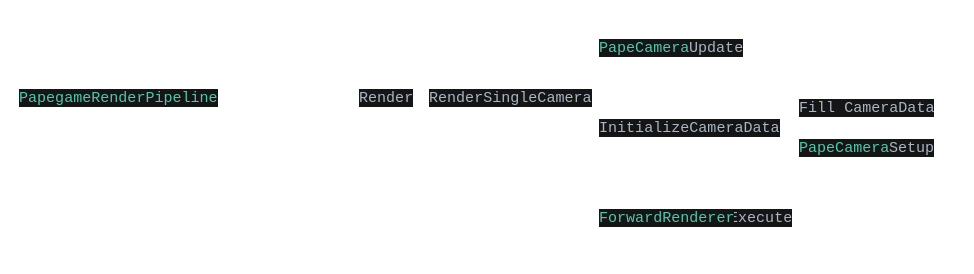
Before: page "PRP" (2 of 3) of Unity.drawio in stellarnull/drawio, a draw.io diagram. Source tidied: cells renumbered, new cells numbered last; positions are measured from the earlier drawing's top-left corner, leaving out a move shared by most shapes. Both pictures are drawn from the tidied source at 100%, with x=0, y=0 at pixel (17, 17).
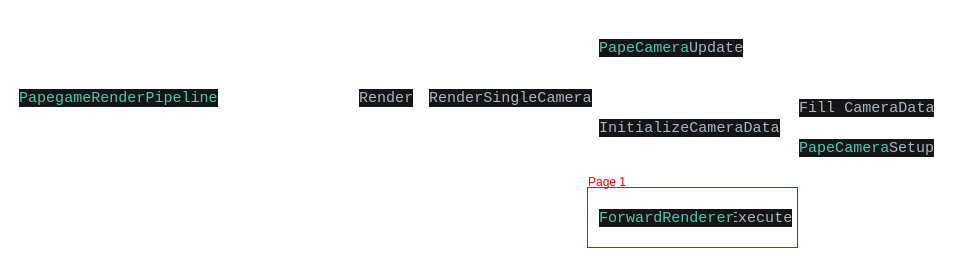
Above is the later version.

Diff of the diagram source:
```diff
@@
 <mxGraphModel>
   <root>
     <mxCell id="0" />
     <mxCell id="1" parent="0" />
     <mxCell id="2" value="&lt;div style=&quot;background-color:#151515;color:#a9b7c6&quot;&gt;&lt;pre style=&quot;font-family:'Consolas',monospace;font-size:11.3pt;&quot;&gt;InitializeCameraData&lt;/pre&gt;&lt;/div&gt;" style="text;whiteSpace=wrap;html=1;" parent="1" vertex="1">
       <mxGeometry x="580" y="80" width="200" height="70" as="geometry" />
     </mxCell>
     <mxCell id="3" value="&lt;div style=&quot;background-color:#151515;color:#a9b7c6&quot;&gt;&lt;pre style=&quot;font-family:'Consolas',monospace;font-size:11.3pt;&quot;&gt;&lt;span style=&quot;color:#4ec9b0;&quot;&gt;PapegameRenderPipeline&lt;/span&gt;&lt;/pre&gt;&lt;/div&gt;" style="text;whiteSpace=wrap;html=1;" parent="1" vertex="1">
       <mxGeometry y="50" width="220" height="70" as="geometry" />
     </mxCell>
     <mxCell id="4" value="&lt;div style=&quot;background-color:#151515;color:#a9b7c6&quot;&gt;&lt;pre style=&quot;font-family:'Consolas',monospace;font-size:11.3pt;&quot;&gt;RenderSingleCamera&lt;/pre&gt;&lt;/div&gt;" style="text;whiteSpace=wrap;html=1;" parent="1" vertex="1">
       <mxGeometry x="410" y="50" width="180" height="70" as="geometry" />
     </mxCell>
     <mxCell id="5" value="&lt;div style=&quot;background-color:#151515;color:#a9b7c6&quot;&gt;&lt;pre style=&quot;font-family:'Consolas',monospace;font-size:11.3pt;&quot;&gt;Render&lt;/pre&gt;&lt;/div&gt;" style="text;whiteSpace=wrap;html=1;" parent="1" vertex="1">
       <mxGeometry x="340" y="50" width="80" height="70" as="geometry" />
     </mxCell>
     <mxCell id="6" value="&lt;div style=&quot;background-color:#151515;color:#a9b7c6&quot;&gt;&lt;pre style=&quot;font-family:'Consolas',monospace;font-size:11.3pt;&quot;&gt;Update&lt;/pre&gt;&lt;/div&gt;" style="text;whiteSpace=wrap;html=1;" parent="1" vertex="1">
       <mxGeometry x="670" width="80" height="70" as="geometry" />
     </mxCell>
     <mxCell id="7" value="&lt;div style=&quot;background-color:#151515;color:#a9b7c6&quot;&gt;&lt;pre style=&quot;font-family:'Consolas',monospace;font-size:11.3pt;&quot;&gt;Setup&lt;/pre&gt;&lt;/div&gt;" style="text;whiteSpace=wrap;html=1;" parent="1" vertex="1">
       <mxGeometry x="870" y="100" width="70" height="70" as="geometry" />
     </mxCell>
     <mxCell id="8" value="&lt;div style=&quot;background-color:#151515;color:#a9b7c6&quot;&gt;&lt;pre style=&quot;font-family:'Consolas',monospace;font-size:11.3pt;&quot;&gt;&lt;span style=&quot;color:#4ec9b0;&quot;&gt;PapeCamera&lt;/span&gt;&lt;/pre&gt;&lt;/div&gt;" style="text;whiteSpace=wrap;html=1;" parent="1" vertex="1">
       <mxGeometry x="580" width="120" height="70" as="geometry" />
     </mxCell>
     <mxCell id="9" value="&lt;div style=&quot;background-color:#151515;color:#a9b7c6&quot;&gt;&lt;pre style=&quot;font-family:'Consolas',monospace;font-size:11.3pt;&quot;&gt;Fill CameraData&lt;/pre&gt;&lt;/div&gt;" style="text;whiteSpace=wrap;html=1;" parent="1" vertex="1">
       <mxGeometry x="780" y="60" width="120" height="70" as="geometry" />
     </mxCell>
     <mxCell id="10" value="&lt;div style=&quot;background-color:#151515;color:#a9b7c6&quot;&gt;&lt;pre style=&quot;font-family:'Consolas',monospace;font-size:11.3pt;&quot;&gt;&lt;span style=&quot;color:#4ec9b0;&quot;&gt;PapeCamera&lt;/span&gt;&lt;/pre&gt;&lt;/div&gt;" style="text;whiteSpace=wrap;html=1;" parent="1" vertex="1">
       <mxGeometry x="780" y="100" width="120" height="70" as="geometry" />
     </mxCell>
     <mxCell id="11" value="&lt;div style=&quot;background-color:#151515;color:#a9b7c6&quot;&gt;&lt;pre style=&quot;font-family:'Consolas',monospace;font-size:11.3pt;&quot;&gt;Execute&lt;/pre&gt;&lt;/div&gt;" style="text;whiteSpace=wrap;html=1;" parent="1" vertex="1">
       <mxGeometry x="710" y="170" width="90" height="70" as="geometry" />
     </mxCell>
     <mxCell id="12" value="&lt;div style=&quot;background-color:#151515;color:#a9b7c6&quot;&gt;&lt;pre style=&quot;font-family:'Consolas',monospace;font-size:11.3pt;&quot;&gt;&lt;span style=&quot;color:#4ec9b0;&quot;&gt;ForwardRenderer&lt;/span&gt;&lt;/pre&gt;&lt;/div&gt;" style="text;whiteSpace=wrap;html=1;" parent="1" vertex="1">
       <mxGeometry x="580" y="170" width="160" height="70" as="geometry" />
     </mxCell>
+    <mxCell id="13" style="rounded=0;whiteSpace=wrap;html=1;fillColor=none;strokeColor=light-dark(#ff0000, #ededed);" parent="1" vertex="1">
+      <mxGeometry x="570" y="170" width="210" height="60" as="geometry" />
+    </mxCell>
+    <mxCell id="14" value="Page 1" style="text;html=1;align=center;verticalAlign=middle;whiteSpace=wrap;rounded=0;fontColor=#FF0000;" parent="1" vertex="1">
+      <mxGeometry x="560" y="150" width="60" height="30" as="geometry" />
+    </mxCell>
   </root>
 </mxGraphModel>
```
